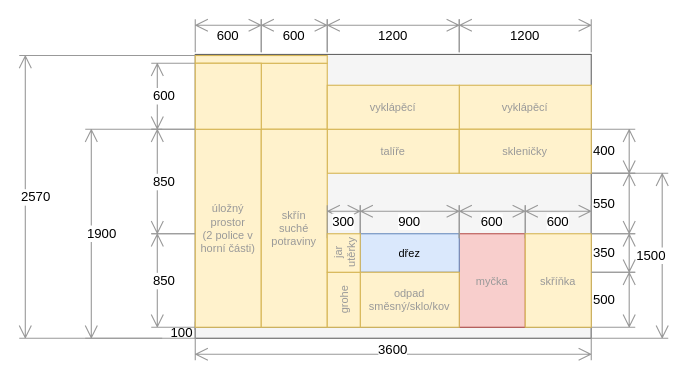
Above: docs/src/static/drawings/kitchen.wall-watter.drawio in surquest/flat-renovation (draw.io), before the change. Source tidied: cells renumbered, new cells numbered last; positions are measured from the earlier drawing's top-left corner, leaving out a move shared by most shapes. Both pictures are drawn from the tidied source at 110%, with x=0, y=0 at pixel (19, 19).
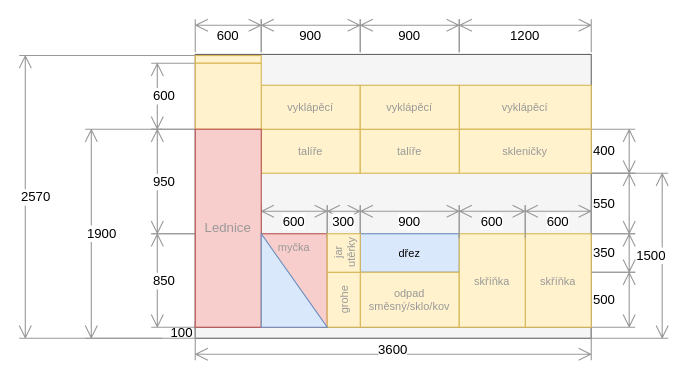
Above is the later version.

Commit message (it also covers changes not shown here):
Kitchen layout patch

Change to the diagram source:
```diff
@@
-    <mxCell id="8" value="myčka" style="rounded=0;whiteSpace=wrap;html=1;fillColor=#f8cecc;strokeColor=#b85450;fontColor=#999999;fontSize=10;" parent="1" vertex="1">
-      <mxGeometry x="400" y="195" width="60" height="85" as="geometry" />
+    <mxCell id="8" value="myčka" style="rounded=0;whiteSpace=wrap;html=1;fillColor=#f8cecc;strokeColor=#b85450;fontColor=#999999;fontSize=10;verticalAlign=top;" parent="1" vertex="1">
+      <mxGeometry x="220" y="195" width="60" height="85" as="geometry" />
     </mxCell>
@@
     <mxCell id="13" value="talíře" style="rounded=0;whiteSpace=wrap;html=1;fillColor=#fff2cc;strokeColor=#d6b656;fontColor=#999999;fontSize=10;" parent="1" vertex="1">
-      <mxGeometry x="280" y="100" width="120" height="40" as="geometry" />
+      <mxGeometry x="220" y="100" width="90" height="40" as="geometry" />
     </mxCell>
@@
-    <mxCell id="17" value="úložný prostor&lt;br&gt;(2 police v horní části)" style="rounded=0;whiteSpace=wrap;html=1;fillColor=#fff2cc;strokeColor=#d6b656;labelBackgroundColor=none;fontColor=#999999;fontSize=10;" parent="1" vertex="1">
-      <mxGeometry x="160" y="100" width="60" height="180" as="geometry" />
-    </mxCell>
-    <mxCell id="18" style="rounded=0;whiteSpace=wrap;html=1;fillColor=#fff2cc;strokeColor=#d6b656;" parent="1" vertex="1">
-      <mxGeometry x="220" y="40" width="60" height="60" as="geometry" />
-    </mxCell>
-    <mxCell id="19" value="skřín&lt;br style=&quot;font-size: 10px;&quot;&gt;suché&lt;br style=&quot;font-size: 10px;&quot;&gt;potraviny" style="rounded=0;whiteSpace=wrap;html=1;fillColor=#fff2cc;strokeColor=#d6b656;fontColor=#999999;fontSize=10;" parent="1" vertex="1">
-      <mxGeometry x="220" y="100" width="60" height="180" as="geometry" />
-    </mxCell>
-    <mxCell id="20" value="600" style="shape=dimension;direction=west;whiteSpace=wrap;html=1;align=center;verticalAlign=middle;labelBackgroundColor=#ffffff;strokeColor=#999999;" parent="1" vertex="1">
-      <mxGeometry x="220" width="60" height="30" as="geometry" />
+    <mxCell id="20" value="900" style="shape=dimension;direction=west;whiteSpace=wrap;html=1;align=center;verticalAlign=middle;labelBackgroundColor=#ffffff;strokeColor=#999999;" parent="1" vertex="1">
+      <mxGeometry x="220" width="90" height="30" as="geometry" />
     </mxCell>
@@
-    <mxCell id="22" value="1200" style="shape=dimension;direction=west;whiteSpace=wrap;html=1;align=center;verticalAlign=middle;labelBackgroundColor=#ffffff;strokeColor=#999999;" parent="1" vertex="1">
-      <mxGeometry x="280" width="120" height="30" as="geometry" />
+    <mxCell id="22" value="900" style="shape=dimension;direction=west;whiteSpace=wrap;html=1;align=center;verticalAlign=middle;labelBackgroundColor=#ffffff;strokeColor=#999999;" parent="1" vertex="1">
+      <mxGeometry x="310" width="90" height="30" as="geometry" />
     </mxCell>
@@
     <mxCell id="25" style="rounded=0;whiteSpace=wrap;html=1;fillColor=#fff2cc;strokeColor=#d6b656;" parent="1" vertex="1">
-      <mxGeometry x="160" y="33" width="120" height="7" as="geometry" />
+      <mxGeometry x="160" y="33" width="60" height="7" as="geometry" />
     </mxCell>
@@
     <mxCell id="29" value="vyklápěcí" style="rounded=0;whiteSpace=wrap;html=1;fillColor=#fff2cc;strokeColor=#d6b656;fontColor=#999999;fontSize=10;" parent="1" vertex="1">
-      <mxGeometry x="280" y="60" width="120" height="40" as="geometry" />
+      <mxGeometry x="220" y="60" width="90" height="40" as="geometry" />
     </mxCell>
@@
     <mxCell id="31" value="600" style="shape=dimension;direction=west;whiteSpace=wrap;html=1;align=center;verticalAlign=middle;labelBackgroundColor=#ffffff;strokeColor=#999999;" parent="1" vertex="1">
-      <mxGeometry x="400" y="169" width="60" height="30" as="geometry" />
+      <mxGeometry x="220" y="169" width="60" height="30" as="geometry" />
     </mxCell>
@@
-    <mxCell id="34" value="850" style="shape=dimension;direction=south;whiteSpace=wrap;html=1;align=left;verticalAlign=middle;labelBackgroundColor=#ffffff;strokeColor=#999999;" parent="1" vertex="1">
+    <mxCell id="34" value="950" style="shape=dimension;direction=south;whiteSpace=wrap;html=1;align=left;verticalAlign=middle;labelBackgroundColor=#ffffff;strokeColor=#999999;" parent="1" vertex="1">
       <mxGeometry x="120" y="100" width="40" height="95" as="geometry" />
     </mxCell>
@@
+    <mxCell id="39" value="skříňka" style="rounded=0;whiteSpace=wrap;html=1;fillColor=#fff2cc;strokeColor=#d6b656;fontColor=#999999;fontSize=10;" parent="1" vertex="1">
+      <mxGeometry x="400" y="195" width="60" height="85" as="geometry" />
+    </mxCell>
+    <mxCell id="40" value="600" style="shape=dimension;direction=west;whiteSpace=wrap;html=1;align=center;verticalAlign=middle;labelBackgroundColor=#ffffff;strokeColor=#999999;" parent="1" vertex="1">
+      <mxGeometry x="400" y="169" width="60" height="30" as="geometry" />
+    </mxCell>
+    <mxCell id="41" value="Lednice" style="rounded=0;whiteSpace=wrap;html=1;fillColor=#f8cecc;strokeColor=#b85450;fontColor=#999999;" parent="1" vertex="1">
+      <mxGeometry x="160" y="100" width="60" height="180" as="geometry" />
+    </mxCell>
+    <mxCell id="42" style="verticalLabelPosition=bottom;verticalAlign=top;html=1;shape=mxgraph.basic.orthogonal_triangle;strokeColor=#6c8ebf;fillColor=#dae8fc;" parent="1" vertex="1">
+      <mxGeometry x="220" y="195" width="60" height="85" as="geometry" />
+    </mxCell>
+    <mxCell id="43" value="talíře" style="rounded=0;whiteSpace=wrap;html=1;fillColor=#fff2cc;strokeColor=#d6b656;fontColor=#999999;fontSize=10;" parent="1" vertex="1">
+      <mxGeometry x="310" y="100" width="90" height="40" as="geometry" />
+    </mxCell>
+    <mxCell id="44" value="vyklápěcí" style="rounded=0;whiteSpace=wrap;html=1;fillColor=#fff2cc;strokeColor=#d6b656;fontColor=#999999;fontSize=10;" parent="1" vertex="1">
+      <mxGeometry x="310" y="60" width="90" height="40" as="geometry" />
+    </mxCell>
```
